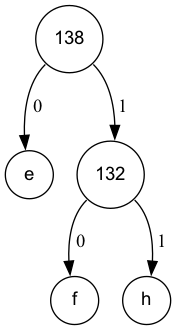
Procuste34/codage_huffman_c keeps this Graphviz diagram as fichiers_viz/arbre_codage_etape_11.png. Above is the earlier version. Its source is kept beside it as fichiers_viz/arbre_codage_etape_11.dot. Its diagram source:
```dot
digraph POT_test {
node [fontname="Arial", shape="circle", width=0.5];
138 [label = "138"]
101 [label = "e"]
132 [label = "132"]
102 [label = "f"]
104 [label = "h"]
132:sw -> 102 [label = " 0"]
132:se -> 104 [label = " 1"]
138:sw -> 101 [label = " 0"]
138:se -> 132 [label = " 1"]
}
```
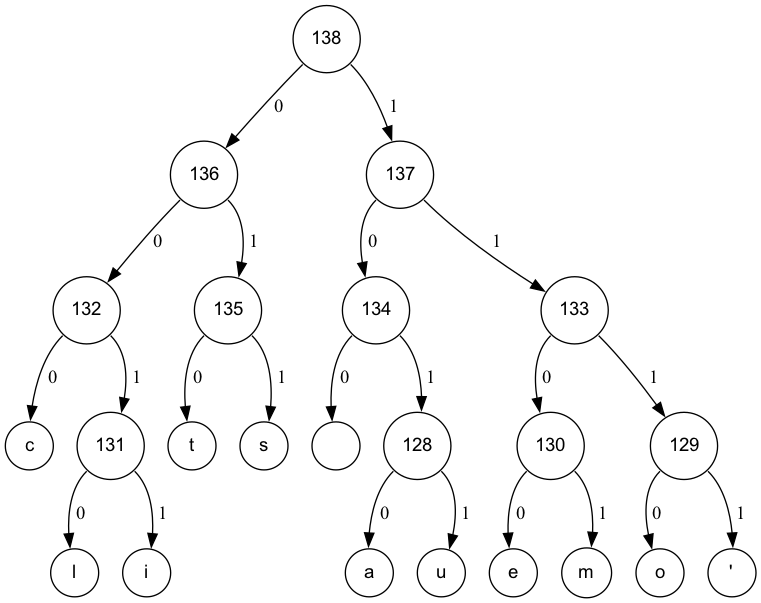
After the commit.

Change to the diagram source:
```diff
@@ -1,12 +1,48 @@
 digraph POT_test {
 node [fontname="Arial", shape="circle", width=0.5];
 138 [label = "138"]
+136 [label = "136"]
+132 [label = "132"]
+99 [label = "c"]
+131 [label = "131"]
+108 [label = "l"]
+105 [label = "i"]
+131:sw -> 108 [label = " 0"]
+131:se -> 105 [label = " 1"]
+132:sw -> 99 [label = " 0"]
+132:se -> 131 [label = " 1"]
+135 [label = "135"]
+116 [label = "t"]
+115 [label = "s"]
+135:sw -> 116 [label = " 0"]
+135:se -> 115 [label = " 1"]
+136:sw -> 132 [label = " 0"]
+136:se -> 135 [label = " 1"]
+137 [label = "137"]
+134 [label = "134"]
+32 [label = " "]
+128 [label = "128"]
+97 [label = "a"]
+117 [label = "u"]
+128:sw -> 97 [label = " 0"]
+128:se -> 117 [label = " 1"]
+134:sw -> 32 [label = " 0"]
+134:se -> 128 [label = " 1"]
+133 [label = "133"]
+130 [label = "130"]
 101 [label = "e"]
-132 [label = "132"]
-102 [label = "f"]
-104 [label = "h"]
-132:sw -> 102 [label = " 0"]
-132:se -> 104 [label = " 1"]
-138:sw -> 101 [label = " 0"]
-138:se -> 132 [label = " 1"]
+109 [label = "m"]
+130:sw -> 101 [label = " 0"]
+130:se -> 109 [label = " 1"]
+129 [label = "129"]
+111 [label = "o"]
+39 [label = "'"]
+129:sw -> 111 [label = " 0"]
+129:se -> 39 [label = " 1"]
+133:sw -> 130 [label = " 0"]
+133:se -> 129 [label = " 1"]
+137:sw -> 134 [label = " 0"]
+137:se -> 133 [label = " 1"]
+138:sw -> 136 [label = " 0"]
+138:se -> 137 [label = " 1"]
 }
```
